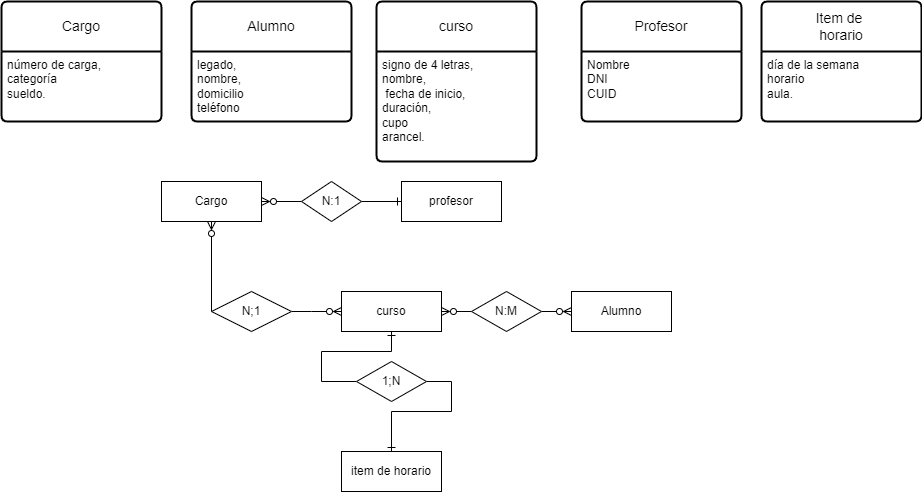
Earlier version of the draw.io export Diagrama 4 TP3.drawio.png (Lilo038/Draw.IO). Source tidied: cells renumbered, new cells last; positions are measured from the earlier drawing's top-left corner, leaving out a move shared by most shapes.
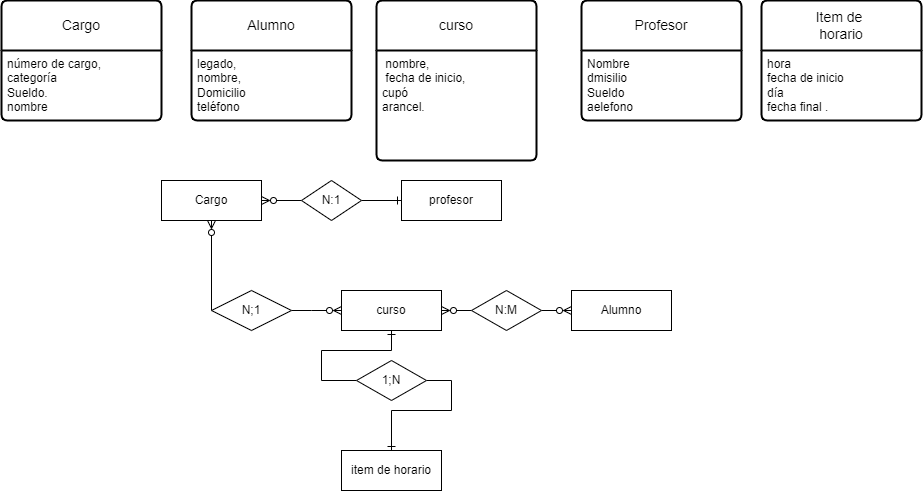
After the commit.

Change to the diagram source:
```diff
@@ -5,31 +5,31 @@
     <mxCell id="2" value="curso" style="swimlane;horizontal=1;startSize=50;rounded=1;fontSize=14;fontStyle=0;strokeWidth=2;shadow=0;dashed=0;align=center;arcSize=4;whiteSpace=wrap;html=1;" parent="1" vertex="1">
       <mxGeometry x="375" width="160" height="160" as="geometry" />
     </mxCell>
-    <mxCell id="3" value="signo de 4 letras,&amp;nbsp;&lt;div&gt;nombre,&lt;div&gt;&amp;nbsp;fecha de inicio,&amp;nbsp;&lt;/div&gt;&lt;div&gt;duración,&amp;nbsp;&lt;div&gt;cupo&amp;nbsp;&lt;div&gt;arancel.&lt;/div&gt;&lt;/div&gt;&lt;/div&gt;&lt;/div&gt;" style="align=left;strokeColor=none;fillColor=none;spacingLeft=4;fontSize=12;verticalAlign=top;html=1;" parent="2" vertex="1">
+    <mxCell id="3" value="&amp;nbsp;&lt;span style=&quot;background-color: initial;&quot;&gt;nombre,&lt;/span&gt;&lt;div&gt;&lt;div&gt;&amp;nbsp;fecha de inicio,&amp;nbsp;&lt;/div&gt;&lt;div&gt;&lt;div&gt;cupó&amp;nbsp;&lt;div&gt;arancel.&lt;/div&gt;&lt;/div&gt;&lt;/div&gt;&lt;/div&gt;" style="align=left;strokeColor=none;fillColor=none;spacingLeft=4;fontSize=12;verticalAlign=top;html=1;" parent="2" vertex="1">
       <mxGeometry y="50" width="160" height="110" as="geometry" />
     </mxCell>
     <mxCell id="4" value="Profesor" style="swimlane;horizontal=1;startSize=50;rounded=1;fontSize=14;fontStyle=0;strokeWidth=2;shadow=0;dashed=0;align=center;arcSize=4;whiteSpace=wrap;html=1;" parent="1" vertex="1">
       <mxGeometry x="580" width="160" height="120" as="geometry" />
     </mxCell>
-    <mxCell id="5" value="Nombre&lt;div&gt;DNI&lt;/div&gt;&lt;div&gt;CUID&lt;/div&gt;&lt;div&gt;&lt;br&gt;&lt;/div&gt;" style="align=left;strokeColor=none;fillColor=none;spacingLeft=4;fontSize=12;verticalAlign=top;html=1;" parent="4" vertex="1">
+    <mxCell id="5" value="Nombre&lt;div&gt;dmisilio&lt;/div&gt;&lt;div&gt;Sueldo&lt;/div&gt;&lt;div&gt;aelefono&lt;/div&gt;" style="align=left;strokeColor=none;fillColor=none;spacingLeft=4;fontSize=12;verticalAlign=top;html=1;" parent="4" vertex="1">
       <mxGeometry y="50" width="160" height="70" as="geometry" />
     </mxCell>
     <mxCell id="6" value="Item de&amp;nbsp;&lt;div&gt;horario&lt;/div&gt;" style="swimlane;horizontal=1;startSize=50;rounded=1;fontSize=14;fontStyle=0;strokeWidth=2;shadow=0;dashed=0;align=center;arcSize=4;whiteSpace=wrap;html=1;" parent="1" vertex="1">
       <mxGeometry x="760" width="160" height="120" as="geometry" />
     </mxCell>
-    <mxCell id="7" value="día de la semana&amp;nbsp;&lt;div&gt;horario&lt;div&gt;aula.&lt;/div&gt;&lt;/div&gt;" style="align=left;strokeColor=none;fillColor=none;spacingLeft=4;fontSize=12;verticalAlign=top;html=1;" parent="6" vertex="1">
+    <mxCell id="7" value="&lt;span style=&quot;background-color: initial;&quot;&gt;hora&amp;nbsp;&lt;/span&gt;&lt;div&gt;&lt;span style=&quot;background-color: initial;&quot;&gt;fecha de inicio&lt;/span&gt;&lt;/div&gt;&lt;div&gt;&lt;span style=&quot;background-color: initial;&quot;&gt;día&amp;nbsp;&lt;/span&gt;&lt;/div&gt;&lt;div&gt;&lt;span style=&quot;background-color: initial;&quot;&gt;fecha final .&lt;/span&gt;&lt;/div&gt;" style="align=left;strokeColor=none;fillColor=none;spacingLeft=4;fontSize=12;verticalAlign=top;html=1;" parent="6" vertex="1">
       <mxGeometry y="50" width="160" height="70" as="geometry" />
     </mxCell>
     <mxCell id="8" value="Alumno" style="swimlane;horizontal=1;startSize=50;rounded=1;fontSize=14;fontStyle=0;strokeWidth=2;shadow=0;dashed=0;align=center;arcSize=4;whiteSpace=wrap;html=1;" parent="1" vertex="1">
       <mxGeometry x="190" width="160" height="120" as="geometry" />
     </mxCell>
-    <mxCell id="9" value="legado,&amp;nbsp;&lt;div&gt;nombre,&amp;nbsp;&lt;div&gt;domicilio&amp;nbsp;&lt;div&gt;teléfono&lt;/div&gt;&lt;/div&gt;&lt;/div&gt;" style="align=left;strokeColor=none;fillColor=none;spacingLeft=4;fontSize=12;verticalAlign=top;html=1;" parent="8" vertex="1">
+    <mxCell id="9" value="legado,&amp;nbsp;&lt;div&gt;nombre,&amp;nbsp;&lt;div&gt;Domicilio&amp;nbsp;&lt;div&gt;teléfono&lt;/div&gt;&lt;/div&gt;&lt;/div&gt;" style="align=left;strokeColor=none;fillColor=none;spacingLeft=4;fontSize=12;verticalAlign=top;html=1;" parent="8" vertex="1">
       <mxGeometry y="50" width="160" height="70" as="geometry" />
     </mxCell>
     <mxCell id="10" value="Cargo" style="swimlane;horizontal=1;startSize=50;rounded=1;fontSize=14;fontStyle=0;strokeWidth=2;shadow=0;dashed=0;align=center;arcSize=4;whiteSpace=wrap;html=1;" parent="1" vertex="1">
       <mxGeometry width="160" height="120" as="geometry" />
     </mxCell>
-    <mxCell id="11" value="número de carga,&amp;nbsp;&lt;div&gt;categoría&amp;nbsp;&lt;div&gt;sueldo.&lt;/div&gt;&lt;/div&gt;" style="align=left;strokeColor=none;fillColor=none;spacingLeft=4;fontSize=12;verticalAlign=top;html=1;" parent="10" vertex="1">
+    <mxCell id="11" value="número de cargo,&amp;nbsp;&lt;div&gt;categoría&amp;nbsp;&lt;div&gt;Sueldo.&lt;/div&gt;&lt;/div&gt;&lt;div&gt;nombre&lt;/div&gt;" style="align=left;strokeColor=none;fillColor=none;spacingLeft=4;fontSize=12;verticalAlign=top;html=1;" parent="10" vertex="1">
       <mxGeometry y="50" width="160" height="70" as="geometry" />
     </mxCell>
     <mxCell id="12" value="Cargo" style="whiteSpace=wrap;html=1;align=center;" parent="1" vertex="1">
```
